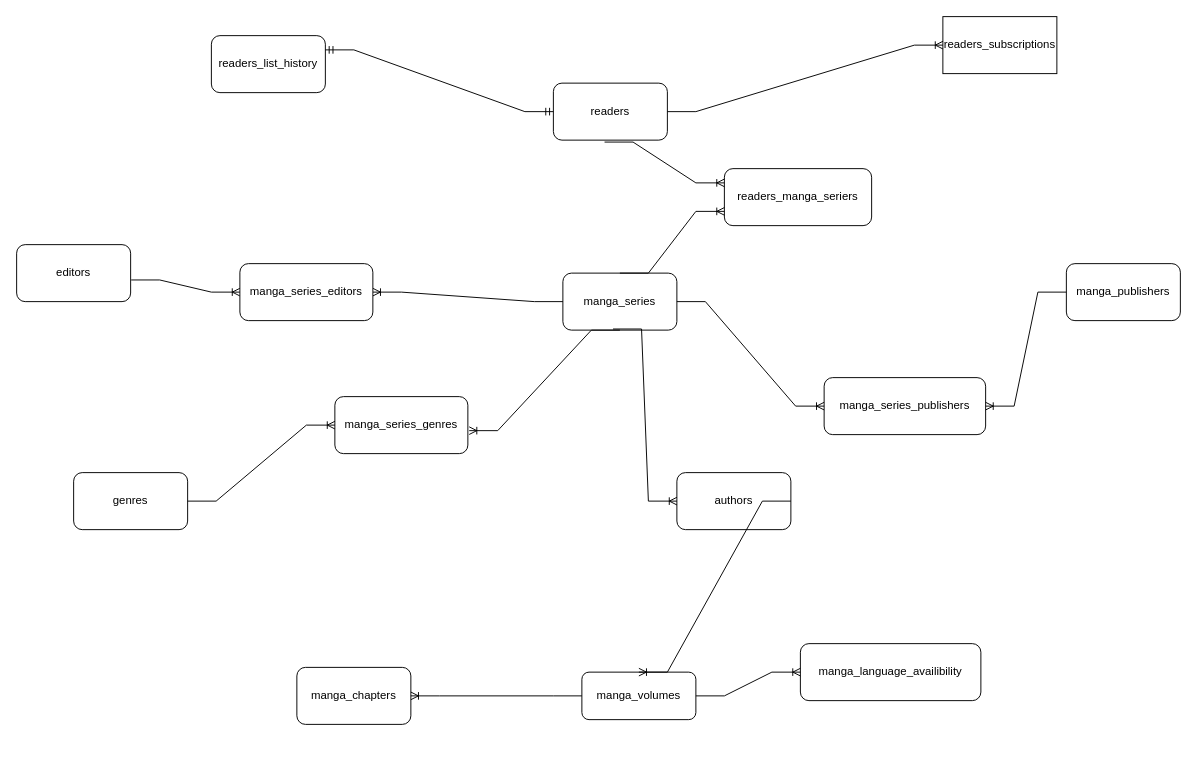
This is model_abstract.drawio from Celestin9/examen_sem_1.db, a draw.io file, before an edit. Source tidied: cells renumbered, new cells numbered last; positions are measured from the earlier drawing's top-left corner, leaving out a move shared by most shapes. Both pictures are drawn from the tidied source at 95%, with x=0, y=0 at pixel (16, 16).
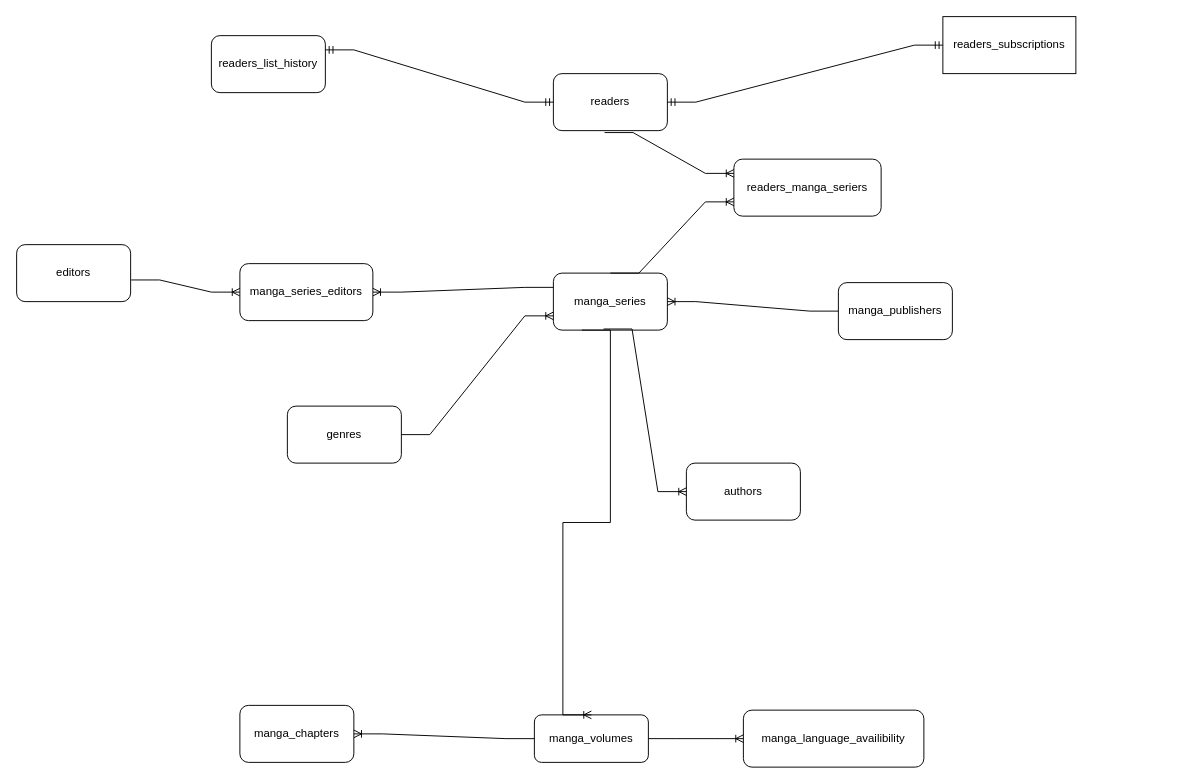
The same diagram, later.

Unchanged cells that the change refers to:
```xml
<mxCell id="16" value="manga_series_editors" style="rounded=1;whiteSpace=wrap;html=1;" parent="1" vertex="1">
  <mxGeometry x="235" y="260" width="140" height="60" as="geometry" />
</mxCell>
```

Change to the diagram source:
```diff
@@
     <mxCell id="2" value="manga_series" style="rounded=1;whiteSpace=wrap;html=1;" parent="1" vertex="1">
-      <mxGeometry x="575" y="270" width="120" height="60" as="geometry" />
+      <mxGeometry x="565" y="270" width="120" height="60" as="geometry" />
     </mxCell>
     <mxCell id="3" value="manga_publishers" style="rounded=1;whiteSpace=wrap;html=1;" parent="1" vertex="1">
-      <mxGeometry x="1105" y="260" width="120" height="60" as="geometry" />
+      <mxGeometry x="865" y="280" width="120" height="60" as="geometry" />
     </mxCell>
-    <mxCell id="4" value="manga_series_publishers" style="rounded=1;whiteSpace=wrap;html=1;" parent="1" vertex="1">
-      <mxGeometry x="850" y="380" width="170" height="60" as="geometry" />
-    </mxCell>
-    <mxCell id="5" style="edgeStyle=entityRelationEdgeStyle;fontSize=12;html=1;endArrow=ERoneToMany;rounded=0;exitX=1;exitY=0.5;exitDx=0;exitDy=0;entryX=0;entryY=0.5;entryDx=0;entryDy=0;" parent="1" edge="1" source="2" target="4">
-      <mxGeometry relative="1" as="geometry" />
-    </mxCell>
-    <mxCell id="6" style="edgeStyle=entityRelationEdgeStyle;fontSize=12;html=1;endArrow=ERoneToMany;rounded=0;exitX=0;exitY=0.5;exitDx=0;exitDy=0;entryX=1;entryY=0.5;entryDx=0;entryDy=0;" parent="1" edge="1" source="3" target="4">
-      <mxGeometry relative="1" as="geometry" />
-    </mxCell>
     <mxCell id="7" value="authors" style="rounded=1;whiteSpace=wrap;html=1;" parent="1" vertex="1">
-      <mxGeometry x="695" y="480" width="120" height="60" as="geometry" />
+      <mxGeometry x="705" y="470" width="120" height="60" as="geometry" />
     </mxCell>
     <mxCell id="8" value="manga_chapters" style="rounded=1;whiteSpace=wrap;html=1;" parent="1" vertex="1">
-      <mxGeometry x="295" y="685" width="120" height="60" as="geometry" />
+      <mxGeometry x="235" y="725" width="120" height="60" as="geometry" />
     </mxCell>
     <mxCell id="9" value="genres" style="rounded=1;whiteSpace=wrap;html=1;" parent="1" vertex="1">
-      <mxGeometry x="60" y="480" width="120" height="60" as="geometry" />
+      <mxGeometry x="285" y="410" width="120" height="60" as="geometry" />
     </mxCell>
     <mxCell id="10" value="manga_volumes" style="rounded=1;whiteSpace=wrap;html=1;" parent="1" vertex="1">
-      <mxGeometry x="595" y="690" width="120" height="50" as="geometry" />
+      <mxGeometry x="545" y="735" width="120" height="50" as="geometry" />
     </mxCell>
     <mxCell id="11" value="manga_language_availibility" style="rounded=1;whiteSpace=wrap;html=1;" parent="1" vertex="1">
-      <mxGeometry x="825" y="660" width="190" height="60" as="geometry" />
+      <mxGeometry x="765" y="730" width="190" height="60" as="geometry" />
     </mxCell>
@@
-    <mxCell id="15" style="edgeStyle=entityRelationEdgeStyle;fontSize=12;html=1;endArrow=ERoneToMany;rounded=0;exitX=0;exitY=0.5;exitDx=0;exitDy=0;entryX=1;entryY=0.5;entryDx=0;entryDy=0;" parent="1" edge="1" source="2" target="16">
+    <mxCell id="15" style="edgeStyle=entityRelationEdgeStyle;fontSize=12;html=1;endArrow=ERoneToMany;rounded=0;entryX=1;entryY=0.5;entryDx=0;entryDy=0;exitX=0;exitY=0.25;exitDx=0;exitDy=0;" parent="1" edge="1" source="2" target="16">
       <mxGeometry relative="1" as="geometry" />
     </mxCell>
@@
-    <mxCell id="17" style="edgeStyle=entityRelationEdgeStyle;fontSize=12;html=1;endArrow=ERoneToMany;rounded=0;exitX=1;exitY=0.5;exitDx=0;exitDy=0;entryX=0.5;entryY=0;entryDx=0;entryDy=0;" parent="1" edge="1" source="7" target="10">
+    <mxCell id="17" style="edgeStyle=entityRelationEdgeStyle;fontSize=12;html=1;endArrow=ERoneToMany;rounded=0;exitX=0.25;exitY=1;exitDx=0;exitDy=0;entryX=0.5;entryY=0;entryDx=0;entryDy=0;" parent="1" edge="1" source="2" target="10">
       <mxGeometry relative="1" as="geometry" />
     </mxCell>
@@
-    <mxCell id="20" value="manga_series_genres" style="rounded=1;whiteSpace=wrap;html=1;" parent="1" vertex="1">
-      <mxGeometry x="335" y="400" width="140" height="60" as="geometry" />
-    </mxCell>
-    <mxCell id="21" style="edgeStyle=entityRelationEdgeStyle;fontSize=12;html=1;endArrow=ERoneToMany;rounded=0;exitX=0.5;exitY=1;exitDx=0;exitDy=0;entryX=1.01;entryY=0.597;entryDx=0;entryDy=0;entryPerimeter=0;" parent="1" edge="1" source="2" target="20">
-      <mxGeometry relative="1" as="geometry" />
-    </mxCell>
-    <mxCell id="22" style="edgeStyle=entityRelationEdgeStyle;fontSize=12;html=1;endArrow=ERoneToMany;rounded=0;exitX=1;exitY=0.5;exitDx=0;exitDy=0;" parent="1" edge="1" source="9" target="20">
-      <mxGeometry relative="1" as="geometry" />
-    </mxCell>
     <mxCell id="23" value="readers_subscriptions" style="rounded=0;whiteSpace=wrap;html=1;" parent="1" vertex="1">
-      <mxGeometry x="975" width="120" height="60" as="geometry" />
+      <mxGeometry x="975" width="140" height="60" as="geometry" />
     </mxCell>
     <mxCell id="24" value="readers" style="rounded=1;whiteSpace=wrap;html=1;" parent="1" vertex="1">
-      <mxGeometry x="565" y="70" width="120" height="60" as="geometry" />
+      <mxGeometry x="565" y="60" width="120" height="60" as="geometry" />
     </mxCell>
@@
-    <mxCell id="26" style="edgeStyle=entityRelationEdgeStyle;fontSize=12;html=1;endArrow=ERoneToMany;rounded=0;exitX=1;exitY=0.5;exitDx=0;exitDy=0;entryX=0;entryY=0.5;entryDx=0;entryDy=0;" parent="1" edge="1" source="24" target="23">
-      <mxGeometry relative="1" as="geometry" />
-    </mxCell>
@@
     <mxCell id="28" value="readers_manga_seriers" style="rounded=1;whiteSpace=wrap;html=1;" parent="1" vertex="1">
-      <mxGeometry x="745" y="160" width="155" height="60" as="geometry" />
+      <mxGeometry x="755" y="150" width="155" height="60" as="geometry" />
     </mxCell>
@@
-    <mxCell id="30" style="edgeStyle=entityRelationEdgeStyle;fontSize=12;html=1;endArrow=ERoneToMany;rounded=0;exitX=0.5;exitY=0;exitDx=0;exitDy=0;entryX=0;entryY=0.75;entryDx=0;entryDy=0;" parent="1" edge="1" source="2" target="28">
-      <mxGeometry relative="1" as="geometry" />
+    <mxCell id="30" style="edgeStyle=entityRelationEdgeStyle;fontSize=12;html=1;endArrow=ERoneToMany;rounded=0;entryX=0;entryY=0.75;entryDx=0;entryDy=0;exitX=0.5;exitY=0;exitDx=0;exitDy=0;" parent="1" edge="1" source="2" target="28">
+      <mxGeometry relative="1" as="geometry">
+        <Array as="points">
+          <mxPoint x="615" y="205" />
+          <mxPoint x="625" y="225" />
+          <mxPoint x="625" y="215" />
+        </Array>
+      </mxGeometry>
     </mxCell>
+    <mxCell id="26" style="edgeStyle=entityRelationEdgeStyle;fontSize=12;html=1;endArrow=ERmandOne;startArrow=ERmandOne;rounded=0;exitX=1;exitY=0.5;exitDx=0;exitDy=0;entryX=0;entryY=0.5;entryDx=0;entryDy=0;" parent="1" edge="1" source="24" target="23">
+      <mxGeometry relative="1" as="geometry" />
+    </mxCell>
+    <mxCell id="31" style="edgeStyle=entityRelationEdgeStyle;fontSize=12;html=1;endArrow=ERoneToMany;rounded=0;exitX=1;exitY=0.5;exitDx=0;exitDy=0;entryX=0;entryY=0.75;entryDx=0;entryDy=0;" parent="1" edge="1" source="9" target="2">
+      <mxGeometry relative="1" as="geometry" />
+    </mxCell>
+    <mxCell id="32" style="edgeStyle=entityRelationEdgeStyle;fontSize=12;html=1;endArrow=ERoneToMany;rounded=0;exitX=0;exitY=0.5;exitDx=0;exitDy=0;entryX=1;entryY=0.5;entryDx=0;entryDy=0;" parent="1" edge="1" source="3" target="2">
+      <mxGeometry relative="1" as="geometry" />
+    </mxCell>
```
